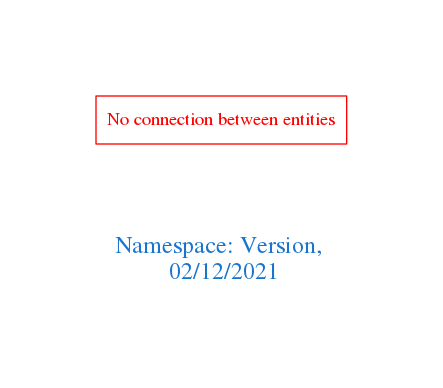
Above: downloads/Version.png in arago/OGIT (Graphviz), before the change. Its source is kept beside it as downloads/Version.dot. Source of this version:
```dot
digraph OGIT_ontology {
 graph [ rankdir= LR,pad=1
fontsize = 18,
fontcolor= dodgerblue3,label = "\n\n\nNamespace: Version, \n 02/12/2021"];
node[shape=polygon];
edge [  color="gray81"];

"No connection between entities" [fontcolor = "red",color="red", shape="polygon"]
}
```
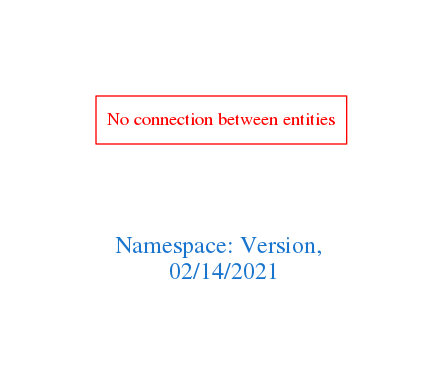
Later version of the same file.

Diff of the diagram source:
```diff
@@ -1,7 +1,7 @@
 digraph OGIT_ontology {
  graph [ rankdir= LR,pad=1
 fontsize = 18,
-fontcolor= dodgerblue3,label = "\n\n\nNamespace: Version, \n 02/12/2021"];
+fontcolor= dodgerblue3,label = "\n\n\nNamespace: Version, \n 02/14/2021"];
 node[shape=polygon];
 edge [  color="gray81"];
 
```
